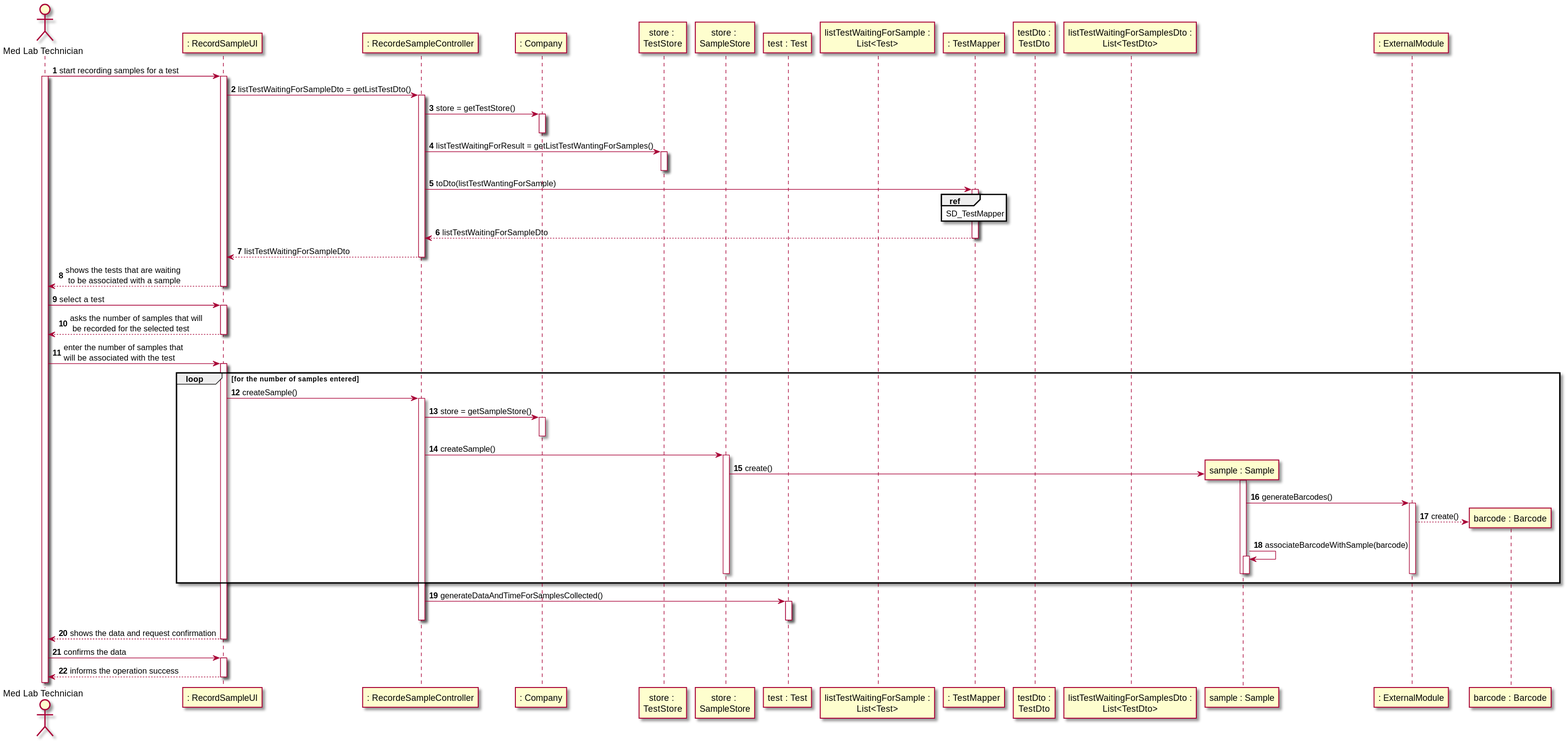
Before: docs/SprintC/US05/US05_SD.svg, a diagram exported from PlantUML (manu-07-ela/LAPR2_ISEP).
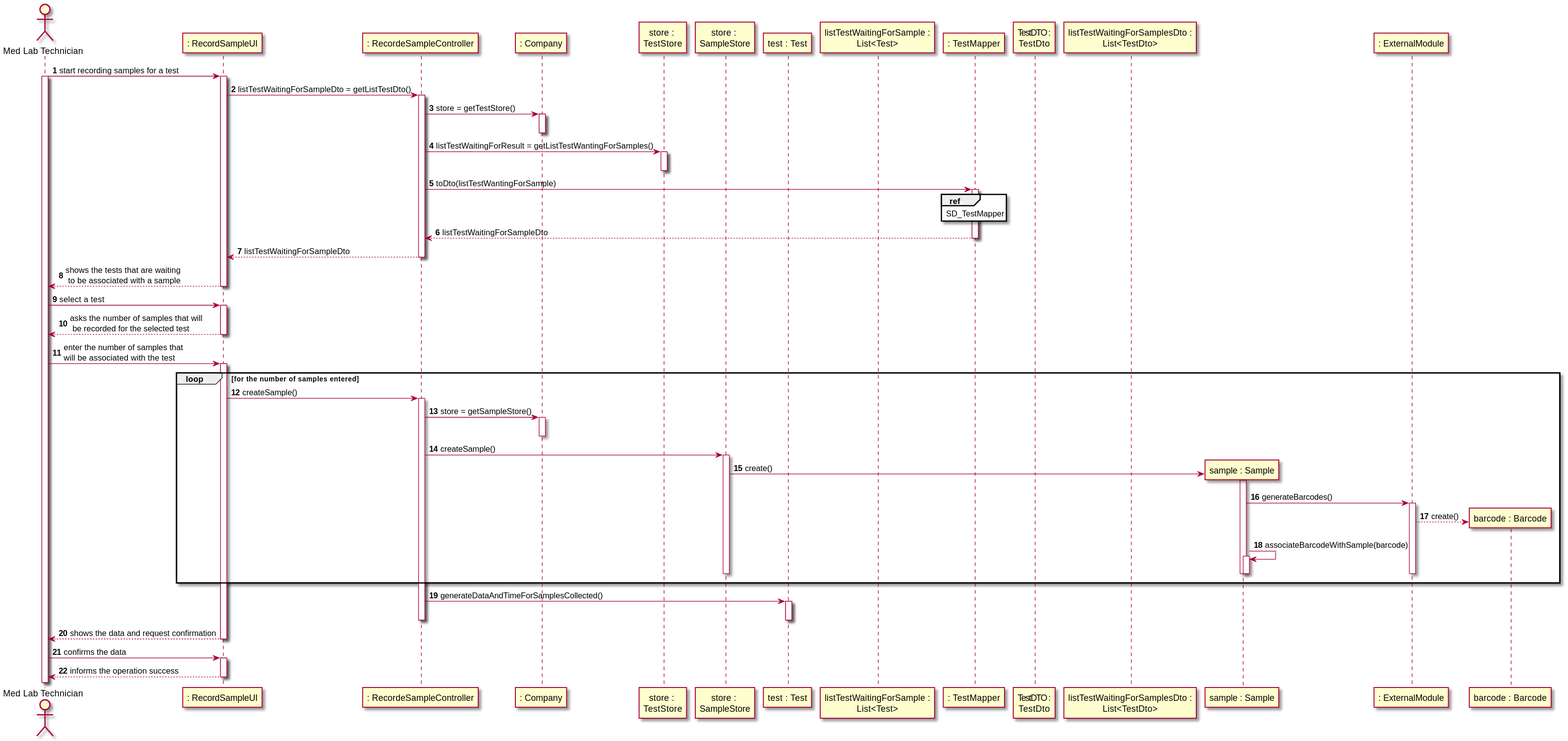
After the change.

Change to the diagram source:
```diff
@@ -9,7 +9,7 @@
 participant "test : Test" as TEST
 participant "listTestWaitingForSample :\nList<Test>" as TESTLIST
 participant ": TestMapper" as MAPPER
-participant "testDto :\nTestDto" as TESTDTO
+participant "TestDTO :\nTestDto" as TESTDTO
 participant "listTestWaitingForSamplesDto :\nList<TestDto>" as TESTDTOLIST
 
 
```
